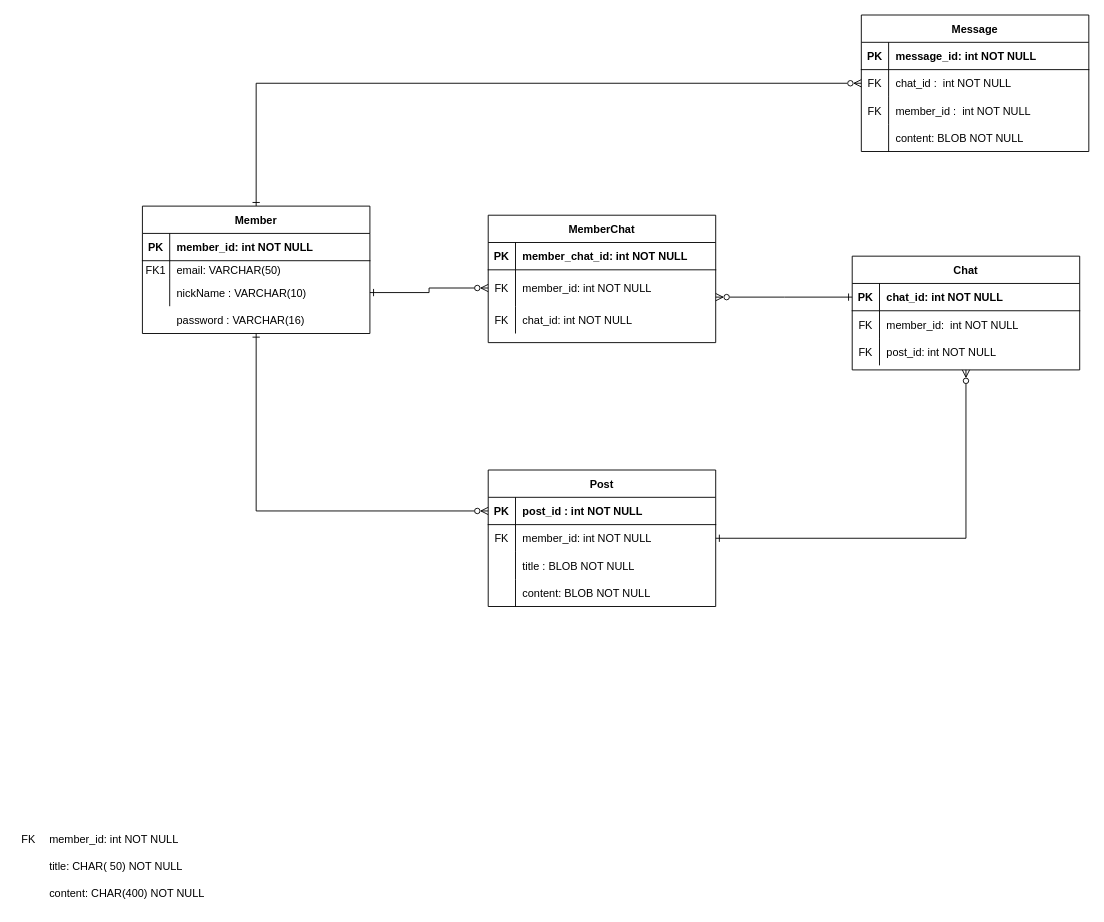
This is ERD.drawio from rlagudtn/Share, a draw.io file, before an edit. Source tidied: cells renumbered, new cells numbered last; positions are measured from the earlier drawing's top-left corner, leaving out a move shared by most shapes. Both pictures are drawn from the tidied source at 91%, with x=0, y=0 at pixel (15, 15).
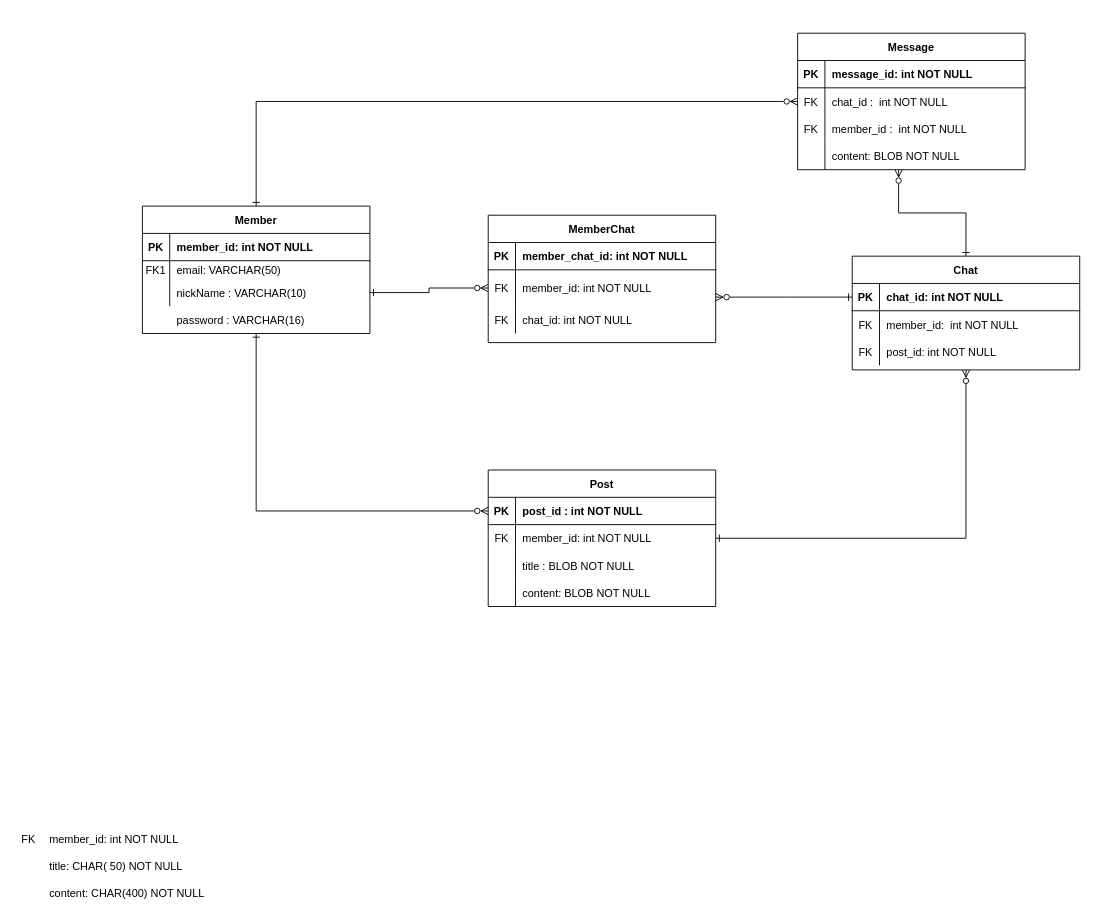
Above is the later version.

Unchanged cells that the change refers to:
```xml
<mxCell id="3" value="Chat" style="shape=table;startSize=30;childLayout=tableLayout;rowLines=0;fontStyle=1;align=center;" parent="1" vertex="1">
  <mxGeometry x="920" y="265" width="250" height="125" as="geometry" />
</mxCell>
<mxCell id="49" style="shape=partialRectangle;fillColor=none;points=[[0,0.5],[1,0.5]];portConstraint=eastwest;top=0;left=0;right=0;bottom=0;" parent="39" vertex="1">
  <mxGeometry y="120" width="250" height="30" as="geometry" />
</mxCell>
```

Change to the diagram source:
```diff
@@
+    <mxCell id="75" style="edgeStyle=orthogonalEdgeStyle;rounded=0;jettySize=auto;html=1;exitX=0.5;exitY=0;exitDx=0;exitDy=0;entryX=0.444;entryY=1;entryDx=0;entryDy=0;entryPerimeter=0;startArrow=ERone;startFill=0;endArrow=ERzeroToMany;endFill=0;" parent="1" edge="1" source="3" target="49">
+      <mxGeometry relative="1" as="geometry" />
+    </mxCell>
@@
     <mxCell id="39" value="Message" style="shape=table;startSize=30;childLayout=tableLayout;rowLines=0;fontStyle=1;align=center;" parent="1" vertex="1">
-      <mxGeometry x="930" width="250" height="150" as="geometry" />
+      <mxGeometry x="860" y="20" width="250" height="150" as="geometry" />
     </mxCell>
```
